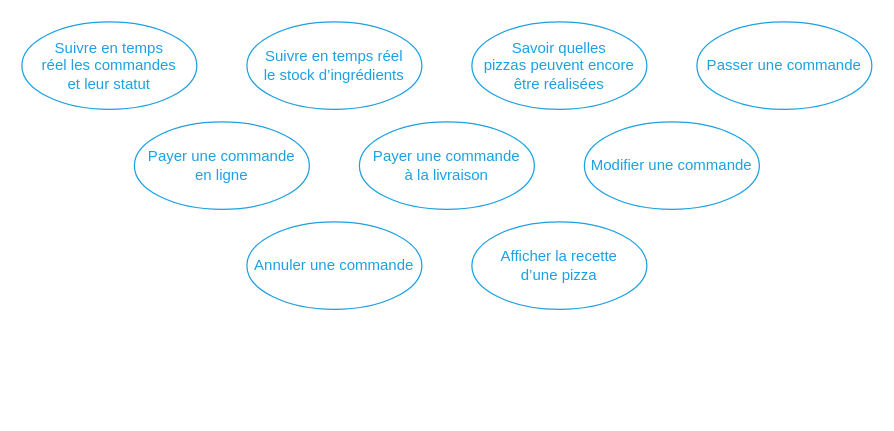
This is img/figure_explicit-actions.dio from centvingt/OCPizzaRedaction, a draw.io file, before an edit. Source tidied: cells renumbered, new cells numbered last; positions are measured from the earlier drawing's top-left corner, leaving out a move shared by most shapes. Both pictures are drawn from the tidied source at 125%, with x=0, y=0 at pixel (21, 21).
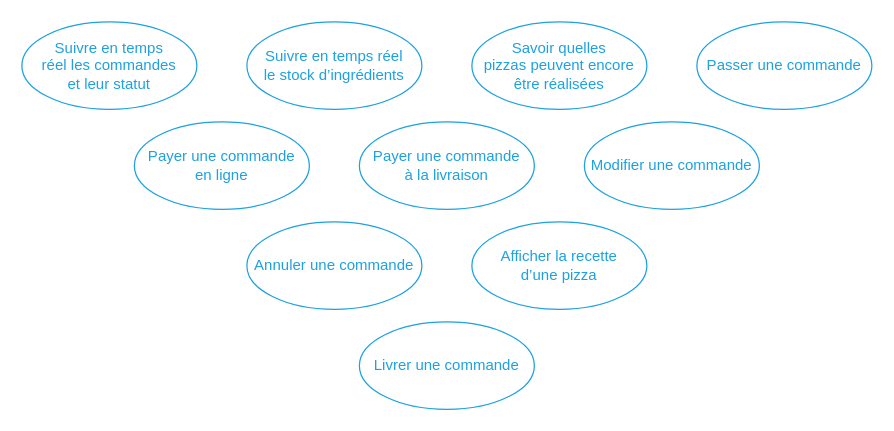
The same diagram, later.

Change to the diagram source:
```diff
@@
 <mxGraphModel>
   <root>
     <mxCell id="0" />
     <mxCell id="1" parent="0" />
     <mxCell id="2" value="&lt;font color=&quot;#1da1e1&quot;&gt;Passer une commande&lt;/font&gt;" style="ellipse;whiteSpace=wrap;html=1;fillColor=none;strokeColor=#1DA1E1;" parent="1" vertex="1">
       <mxGeometry x="540" width="140" height="70" as="geometry" />
     </mxCell>
     <mxCell id="3" value="&lt;font color=&quot;#1da1e1&quot;&gt;Modifier une commande&lt;/font&gt;" style="ellipse;whiteSpace=wrap;html=1;fillColor=none;strokeColor=#1DA1E1;" parent="1" vertex="1">
       <mxGeometry x="450" y="80" width="140" height="70" as="geometry" />
     </mxCell>
     <mxCell id="4" value="&lt;font color=&quot;#1da1e1&quot;&gt;Afficher la recette &lt;br&gt;d’une pizza&lt;br&gt;&lt;/font&gt;" style="ellipse;whiteSpace=wrap;html=1;fillColor=none;strokeColor=#1DA1E1;" parent="1" vertex="1">
       <mxGeometry x="360" y="160" width="140" height="70" as="geometry" />
     </mxCell>
     <mxCell id="5" value="&lt;font color=&quot;#1da1e1&quot;&gt;Suivre en temps&amp;nbsp;réel &lt;br&gt;le stock d’ingrédients &lt;br&gt;&lt;/font&gt;" style="ellipse;whiteSpace=wrap;html=1;fillColor=none;strokeColor=#1DA1E1;" parent="1" vertex="1">
       <mxGeometry x="180" width="140" height="70" as="geometry" />
     </mxCell>
     <mxCell id="6" value="&lt;font color=&quot;#1da1e1&quot;&gt;Payer une commande &lt;br&gt;en ligne&lt;br&gt;&lt;/font&gt;" style="ellipse;whiteSpace=wrap;html=1;fillColor=none;strokeColor=#1DA1E1;" parent="1" vertex="1">
       <mxGeometry x="90" y="80" width="140" height="70" as="geometry" />
     </mxCell>
     <mxCell id="7" value="&lt;font color=&quot;#1da1e1&quot;&gt;Annuler une commande&lt;/font&gt;" style="ellipse;whiteSpace=wrap;html=1;fillColor=none;strokeColor=#1DA1E1;" parent="1" vertex="1">
       <mxGeometry x="180" y="160" width="140" height="70" as="geometry" />
     </mxCell>
     <mxCell id="8" value="&lt;font color=&quot;#1da1e1&quot;&gt;Savoir quelles &lt;br&gt;pizzas peuvent encore être réalisées&lt;br&gt;&lt;/font&gt;" style="ellipse;whiteSpace=wrap;html=1;fillColor=none;strokeColor=#1DA1E1;" parent="1" vertex="1">
       <mxGeometry x="360" width="140" height="70" as="geometry" />
     </mxCell>
     <mxCell id="9" value="&lt;font color=&quot;#1da1e1&quot;&gt;Suivre en temps &lt;br&gt;réel les commandes &lt;br&gt;et leur statut&lt;/font&gt;" style="ellipse;whiteSpace=wrap;html=1;fillColor=none;strokeColor=#1DA1E1;" parent="1" vertex="1">
       <mxGeometry width="140" height="70" as="geometry" />
     </mxCell>
     <mxCell id="10" value="&lt;font color=&quot;#1da1e1&quot;&gt;Payer une commande &lt;br&gt;à la livraison&lt;br&gt;&lt;/font&gt;" style="ellipse;whiteSpace=wrap;html=1;fillColor=none;strokeColor=#1DA1E1;" parent="1" vertex="1">
       <mxGeometry x="270" y="80" width="140" height="70" as="geometry" />
     </mxCell>
+    <mxCell id="11" value="&lt;font color=&quot;#1da1e1&quot;&gt;Livrer une commande&lt;br&gt;&lt;/font&gt;" style="ellipse;whiteSpace=wrap;html=1;fillColor=none;strokeColor=#1DA1E1;" parent="1" vertex="1">
+      <mxGeometry x="270" y="240" width="140" height="70" as="geometry" />
+    </mxCell>
   </root>
 </mxGraphModel>
```
